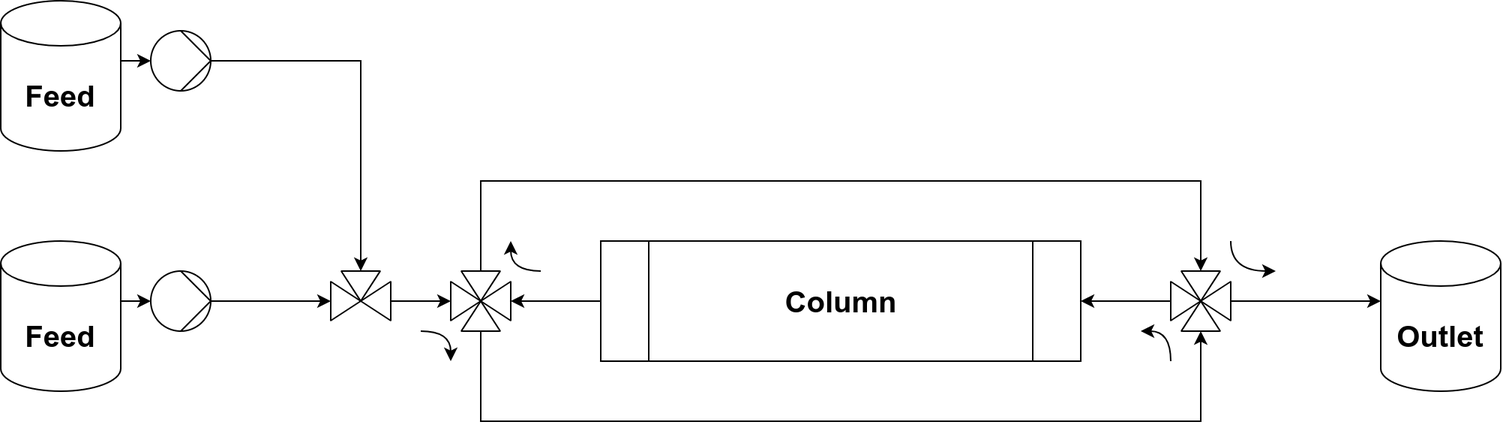
schmoelder/diss keeps this draw.io diagram as doc/06_operating_modes/flip_flop/figures/flow_sheet.png. Above is the earlier version. Source tidied: cells renumbered, new cells last; positions are measured from the earlier drawing's top-left corner, leaving out a move shared by most shapes.
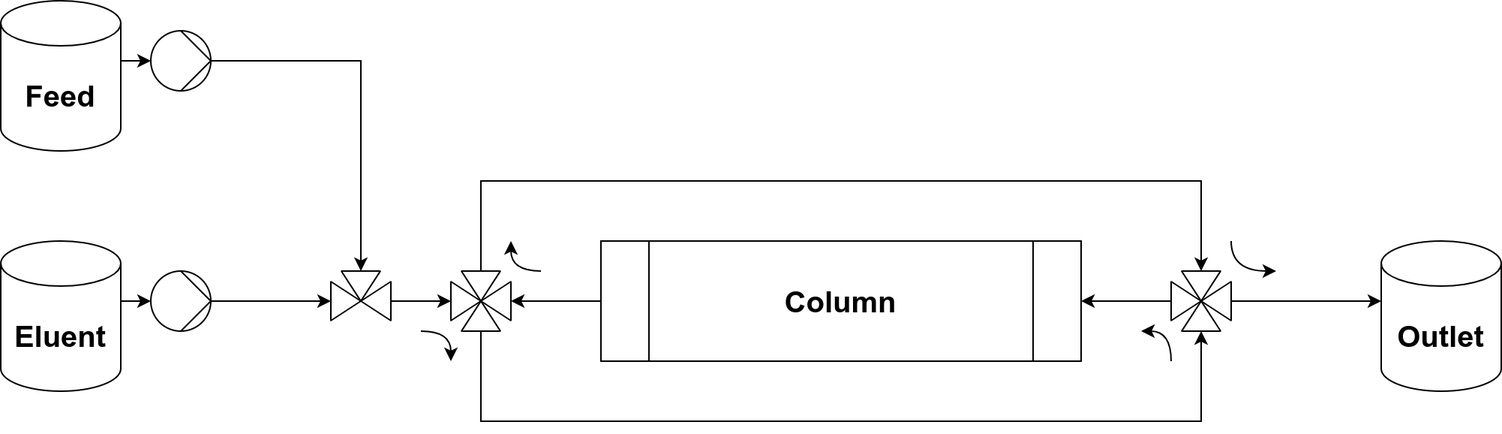
The same diagram one commit later.

Commit message:
Fix Flip-Flop flow sheet

What changed in the source:
```diff
@@ -26,7 +26,7 @@
     <mxCell id="9" style="edgeStyle=orthogonalEdgeStyle;rounded=0;jettySize=auto;html=1;entryX=0.5;entryY=1;entryDx=0;entryDy=0;entryPerimeter=0;exitX=1;exitY=0.4;exitDx=0;exitDy=0;fontSize=20;strokeWidth=1;" parent="7" edge="1" source="10" target="8">
       <mxGeometry relative="1" as="geometry" />
     </mxCell>
-    <mxCell id="10" value="Feed" style="shape=cylinder3;whiteSpace=wrap;html=1;boundedLbl=1;backgroundOutline=1;size=15;rounded=1;fontSize=20;strokeWidth=1;fontStyle=1;points=[[0,0.4],[1,0.4]];" parent="7" vertex="1">
+    <mxCell id="10" value="Eluent" style="shape=cylinder3;whiteSpace=wrap;html=1;boundedLbl=1;backgroundOutline=1;size=15;rounded=1;fontSize=20;strokeWidth=1;fontStyle=1;points=[[0,0.4],[1,0.4]];" parent="7" vertex="1">
       <mxGeometry width="80" height="100" as="geometry" />
     </mxCell>
     <mxCell id="11" style="group;fontSize=20;strokeWidth=1;" parent="1" vertex="1">
```
